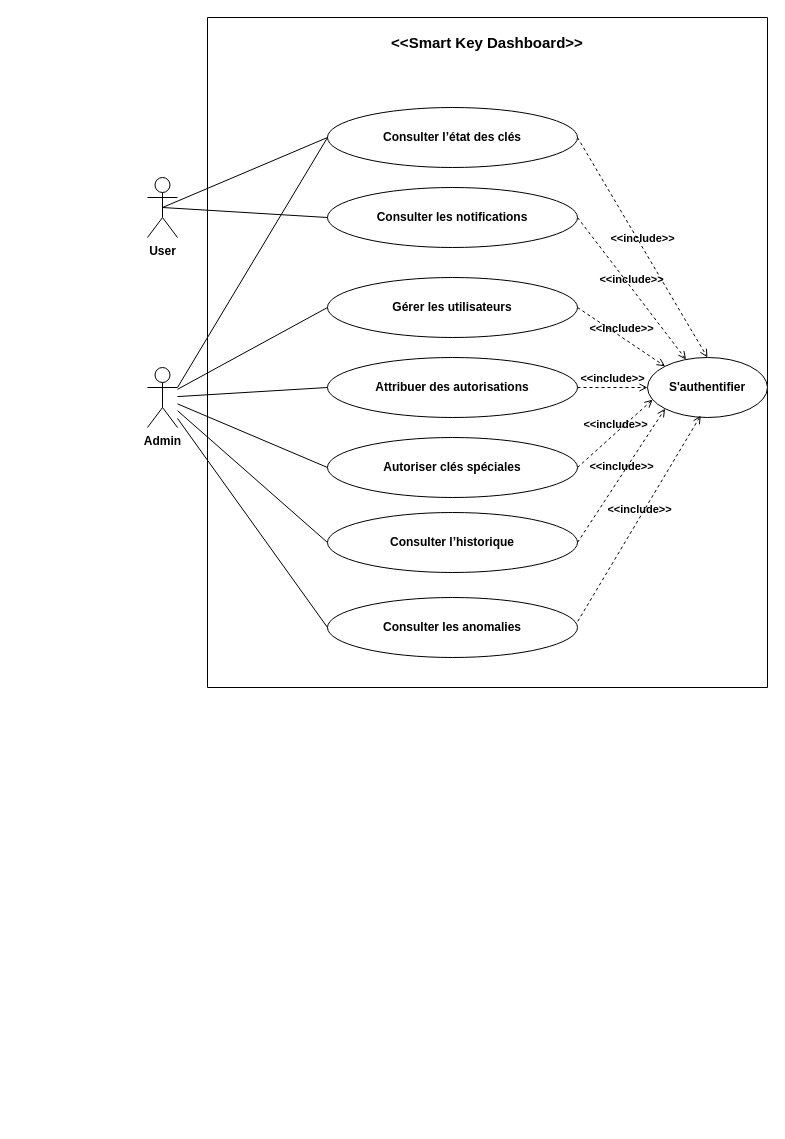
This is dashboard-system-design.drawio from YosrMekkii/smart-key-management-web, a draw.io file, before an edit. Source tidied: cells renumbered, new cells numbered last; positions are measured from the earlier drawing's top-left corner, leaving out a move shared by most shapes. Both pictures are drawn from the tidied source at 100%, with x=0, y=0 at pixel (147, 17).
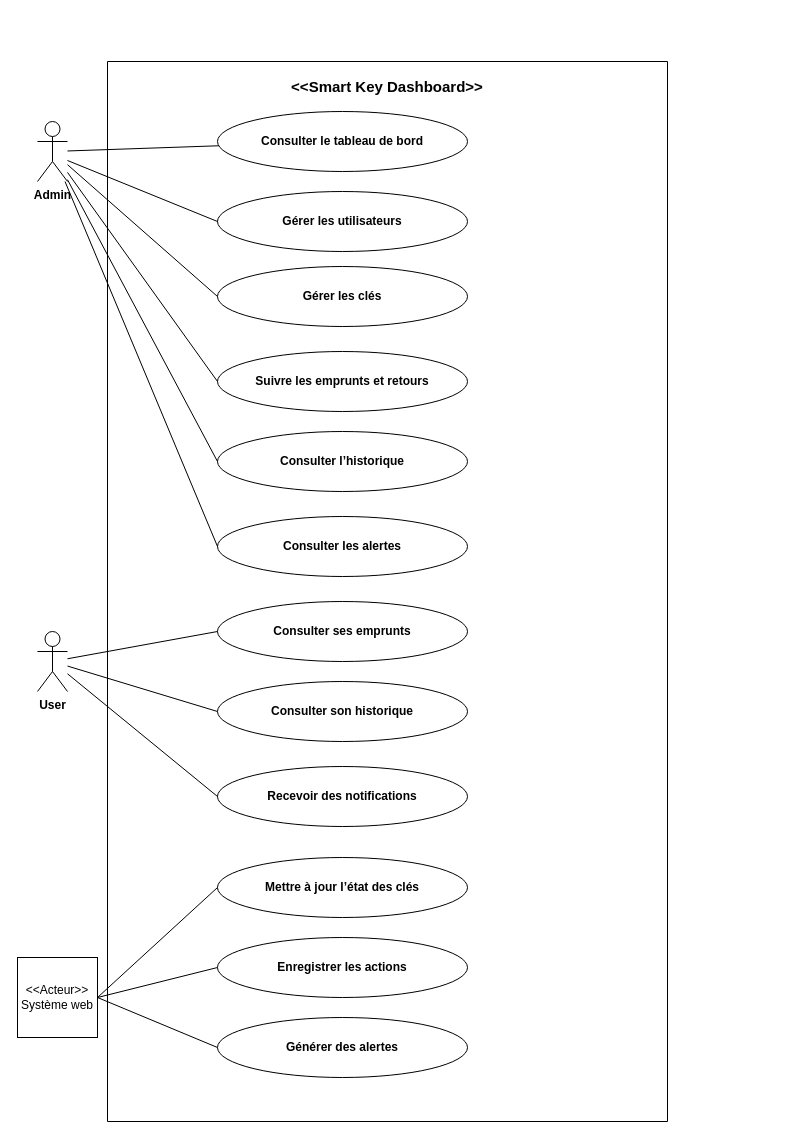
The same page after the edit.

Commit message:
Mettre à jour dashboard-system-design.drawio

What changed in the source:
```diff
@@
-    <mxCell id="2" style="swimlane;startSize=0;labelBackgroundColor=none;fontStyle=1;rounded=0;" parent="1" vertex="1">
-      <mxGeometry x="60" width="560" height="670" as="geometry" />
-    </mxCell>
+    <mxCell id="29" style="swimlane;startSize=0;labelBackgroundColor=none;fontStyle=1;rounded=0;" parent="1" vertex="1">
+      <mxGeometry x="-40" y="44" width="560" height="1060" as="geometry" />
+    </mxCell>
-    <mxCell id="3" value="&lt;font style=&quot;font-size: 15px;&quot;&gt;&amp;lt;&amp;lt;Smart Key Dashboard&amp;gt;&amp;gt;&lt;/font&gt;" style="text;html=1;whiteSpace=wrap;strokeColor=none;fillColor=none;align=center;verticalAlign=middle;rounded=0;labelBackgroundColor=none;fontStyle=1;" parent="2" vertex="1">
+    <mxCell id="3" value="&lt;font style=&quot;font-size: 15px;&quot;&gt;&amp;lt;&amp;lt;Smart Key Dashboard&amp;gt;&amp;gt;&lt;/font&gt;" style="text;html=1;whiteSpace=wrap;strokeColor=none;fillColor=none;align=center;verticalAlign=middle;rounded=0;labelBackgroundColor=none;fontStyle=1;" parent="29" vertex="1">
       <mxGeometry x="180" y="10" width="200" height="30" as="geometry" />
     </mxCell>
+    <mxCell id="30" value="Consulter le tableau de bord" style="ellipse;whiteSpace=wrap;html=1;labelBackgroundColor=none;fontStyle=1;rounded=0;" parent="29" vertex="1">
+      <mxGeometry x="110" y="50" width="250" height="60" as="geometry" />
+    </mxCell>
+    <mxCell id="8" value="Gérer les utilisateurs" style="ellipse;whiteSpace=wrap;html=1;labelBackgroundColor=none;fontStyle=1;rounded=0;" parent="29" vertex="1">
+      <mxGeometry x="110" y="130" width="250" height="60" as="geometry" />
+    </mxCell>
+    <mxCell id="31" value="Gérer les clés" style="ellipse;whiteSpace=wrap;html=1;labelBackgroundColor=none;fontStyle=1;rounded=0;" parent="29" vertex="1">
+      <mxGeometry x="110" y="205" width="250" height="60" as="geometry" />
+    </mxCell>
+    <mxCell id="32" value="Suivre les emprunts et retours" style="ellipse;whiteSpace=wrap;html=1;labelBackgroundColor=none;fontStyle=1;rounded=0;" parent="29" vertex="1">
+      <mxGeometry x="110" y="290" width="250" height="60" as="geometry" />
+    </mxCell>
+    <mxCell id="22" value="Admin&lt;div&gt;&lt;br&gt;&lt;/div&gt;" style="shape=umlActor;verticalLabelPosition=bottom;verticalAlign=top;html=1;outlineConnect=0;labelBackgroundColor=none;fontStyle=1;rounded=0;" parent="29" vertex="1">
+      <mxGeometry x="-70" y="60" width="30" height="60" as="geometry" />
+    </mxCell>
+    <mxCell id="33" value="Consulter les alertes" style="ellipse;whiteSpace=wrap;html=1;labelBackgroundColor=none;fontStyle=1;rounded=0;" parent="29" vertex="1">
+      <mxGeometry x="110" y="455" width="250" height="60" as="geometry" />
+    </mxCell>
+    <mxCell id="10" value="Consulter l’historique" style="ellipse;whiteSpace=wrap;html=1;labelBackgroundColor=none;fontStyle=1;rounded=0;" parent="29" vertex="1">
+      <mxGeometry x="110" y="370" width="250" height="60" as="geometry" />
+    </mxCell>
+    <mxCell id="34" style="endArrow=none;html=1;rounded=0;" parent="29" edge="1" source="22" target="30">
+      <mxGeometry relative="1" as="geometry" />
+    </mxCell>
+    <mxCell id="35" style="endArrow=none;html=1;rounded=0;entryX=0;entryY=0.5;entryDx=0;entryDy=0;" parent="29" edge="1" target="8">
+      <mxGeometry relative="1" as="geometry">
+        <mxPoint x="-40" y="99" as="sourcePoint" />
+      </mxGeometry>
+    </mxCell>
+    <mxCell id="36" style="endArrow=none;html=1;rounded=0;entryX=0;entryY=0.5;entryDx=0;entryDy=0;" parent="29" edge="1" source="22" target="31">
+      <mxGeometry relative="1" as="geometry" />
+    </mxCell>
+    <mxCell id="37" style="endArrow=none;html=1;rounded=0;entryX=0;entryY=0.5;entryDx=0;entryDy=0;" parent="29" edge="1" source="22" target="32">
+      <mxGeometry relative="1" as="geometry" />
+    </mxCell>
+    <mxCell id="26" style="endArrow=none;html=1;rounded=0;entryX=0;entryY=0.5;entryDx=0;entryDy=0;" parent="29" edge="1" source="22" target="10">
+      <mxGeometry relative="1" as="geometry" />
+    </mxCell>
+    <mxCell id="38" style="endArrow=none;html=1;rounded=0;entryX=0;entryY=0.5;entryDx=0;entryDy=0;" parent="29" edge="1" source="22" target="33">
+      <mxGeometry relative="1" as="geometry" />
+    </mxCell>
+    <mxCell id="39" value="Recevoir des notifications" style="ellipse;whiteSpace=wrap;html=1;labelBackgroundColor=none;fontStyle=1;rounded=0;" parent="29" vertex="1">
+      <mxGeometry x="110" y="705" width="250" height="60" as="geometry" />
+    </mxCell>
+    <mxCell id="40" value="Consulter son historique" style="ellipse;whiteSpace=wrap;html=1;labelBackgroundColor=none;fontStyle=1;rounded=0;" parent="29" vertex="1">
+      <mxGeometry x="110" y="620" width="250" height="60" as="geometry" />
+    </mxCell>
+    <mxCell id="41" value="Consulter ses emprunts" style="ellipse;whiteSpace=wrap;html=1;labelBackgroundColor=none;fontStyle=1;rounded=0;" parent="29" vertex="1">
+      <mxGeometry x="110" y="540" width="250" height="60" as="geometry" />
+    </mxCell>
-    <mxCell id="4" value="User" style="shape=umlActor;verticalLabelPosition=bottom;verticalAlign=top;html=1;outlineConnect=0;labelBackgroundColor=none;fontStyle=1;rounded=0;" parent="2" vertex="1">
-      <mxGeometry x="-60" y="160" width="30" height="60" as="geometry" />
+    <mxCell id="4" value="&lt;div&gt;User&lt;/div&gt;" style="shape=umlActor;verticalLabelPosition=bottom;verticalAlign=top;html=1;outlineConnect=0;labelBackgroundColor=none;fontStyle=1;rounded=0;" parent="29" vertex="1">
+      <mxGeometry x="-70" y="570" width="30" height="60" as="geometry" />
     </mxCell>
-    <mxCell id="5" value="Consulter l’état des clés" style="ellipse;whiteSpace=wrap;html=1;labelBackgroundColor=none;fontStyle=1;rounded=0;" parent="2" vertex="1">
-      <mxGeometry x="120" y="90" width="250" height="60" as="geometry" />
-    </mxCell>
-    <mxCell id="6" value="Consulter les notifications" style="ellipse;whiteSpace=wrap;html=1;labelBackgroundColor=none;fontStyle=1;rounded=0;" parent="2" vertex="1">
-      <mxGeometry x="120" y="170" width="250" height="60" as="geometry" />
-    </mxCell>
-    <mxCell id="7" value="Attribuer des autorisations" style="ellipse;whiteSpace=wrap;html=1;labelBackgroundColor=none;fontStyle=1;rounded=0;" parent="2" vertex="1">
-      <mxGeometry x="120" y="340" width="250" height="60" as="geometry" />
-    </mxCell>
-    <mxCell id="8" value="Gérer les utilisateurs" style="ellipse;whiteSpace=wrap;html=1;labelBackgroundColor=none;fontStyle=1;rounded=0;" parent="2" vertex="1">
-      <mxGeometry x="120" y="260" width="250" height="60" as="geometry" />
-    </mxCell>
-    <mxCell id="9" value="Autoriser clés spéciales" style="ellipse;whiteSpace=wrap;html=1;labelBackgroundColor=none;fontStyle=1;rounded=0;" parent="2" vertex="1">
-      <mxGeometry x="120" y="420" width="250" height="60" as="geometry" />
-    </mxCell>
-    <mxCell id="10" value="Consulter l’historique" style="ellipse;whiteSpace=wrap;html=1;labelBackgroundColor=none;fontStyle=1;rounded=0;" parent="2" vertex="1">
-      <mxGeometry x="120" y="495" width="250" height="60" as="geometry" />
-    </mxCell>
-    <mxCell id="11" value="Consulter les anomalies" style="ellipse;whiteSpace=wrap;html=1;labelBackgroundColor=none;fontStyle=1;rounded=0;" parent="2" vertex="1">
-      <mxGeometry x="120" y="580" width="250" height="60" as="geometry" />
-    </mxCell>
-    <mxCell id="12" value="S'authentifier" style="ellipse;whiteSpace=wrap;html=1;labelBackgroundColor=none;fontStyle=1;rounded=0;" parent="2" vertex="1">
-      <mxGeometry x="440" y="340" width="120" height="60" as="geometry" />
-    </mxCell>
-    <mxCell id="13" value="&amp;lt;&amp;lt;include&amp;gt;&amp;gt;" style="html=1;verticalAlign=bottom;labelBackgroundColor=none;endArrow=open;endFill=0;dashed=1;rounded=0;exitX=1;exitY=0.5;exitDx=0;exitDy=0;entryX=0.5;entryY=0;entryDx=0;entryDy=0;fontColor=default;fontStyle=1;" parent="2" edge="1" source="5" target="12">
-      <mxGeometry relative="1" as="geometry" />
-    </mxCell>
-    <mxCell id="14" value="&amp;lt;&amp;lt;include&amp;gt;&amp;gt;" style="html=1;verticalAlign=bottom;labelBackgroundColor=none;endArrow=open;endFill=0;dashed=1;rounded=0;exitX=1;exitY=0.5;exitDx=0;exitDy=0;fontColor=default;fontStyle=1;" parent="2" edge="1" source="6" target="12">
-      <mxGeometry relative="1" as="geometry" />
-    </mxCell>
-    <mxCell id="15" value="&amp;lt;&amp;lt;include&amp;gt;&amp;gt;" style="html=1;verticalAlign=bottom;labelBackgroundColor=none;endArrow=open;endFill=0;dashed=1;rounded=0;exitX=1;exitY=0.5;exitDx=0;exitDy=0;entryX=0;entryY=0;entryDx=0;entryDy=0;fontColor=default;fontStyle=1;" parent="2" edge="1" source="8" target="12">
-      <mxGeometry relative="1" as="geometry" />
-    </mxCell>
-    <mxCell id="16" value="&amp;lt;&amp;lt;include&amp;gt;&amp;gt;" style="html=1;verticalAlign=bottom;labelBackgroundColor=none;endArrow=open;endFill=0;dashed=1;rounded=0;exitX=1;exitY=0.5;exitDx=0;exitDy=0;entryX=0;entryY=0.5;entryDx=0;entryDy=0;fontColor=default;fontStyle=1;" parent="2" edge="1" source="7" target="12">
-      <mxGeometry relative="1" as="geometry" />
-    </mxCell>
-    <mxCell id="17" value="&amp;lt;&amp;lt;include&amp;gt;&amp;gt;" style="html=1;verticalAlign=bottom;labelBackgroundColor=none;endArrow=open;endFill=0;dashed=1;rounded=0;exitX=1;exitY=0.5;exitDx=0;exitDy=0;entryX=0.043;entryY=0.702;entryDx=0;entryDy=0;entryPerimeter=0;fontColor=default;fontStyle=1;" parent="2" edge="1" source="9" target="12">
-      <mxGeometry relative="1" as="geometry" />
-    </mxCell>
-    <mxCell id="18" value="&amp;lt;&amp;lt;include&amp;gt;&amp;gt;" style="html=1;verticalAlign=bottom;labelBackgroundColor=none;endArrow=open;endFill=0;dashed=1;rounded=0;exitX=1;exitY=0.5;exitDx=0;exitDy=0;entryX=0;entryY=1;entryDx=0;entryDy=0;fontColor=default;fontStyle=1;" parent="2" edge="1" source="10" target="12">
-      <mxGeometry relative="1" as="geometry" />
-    </mxCell>
-    <mxCell id="19" value="&amp;lt;&amp;lt;include&amp;gt;&amp;gt;" style="html=1;verticalAlign=bottom;labelBackgroundColor=none;endArrow=open;endFill=0;dashed=1;rounded=0;exitX=1.001;exitY=0.398;exitDx=0;exitDy=0;entryX=0.443;entryY=0.968;entryDx=0;entryDy=0;exitPerimeter=0;entryPerimeter=0;fontColor=default;fontStyle=1;" parent="2" edge="1" source="11" target="12">
-      <mxGeometry relative="1" as="geometry" />
-    </mxCell>
-    <mxCell id="20" style="endArrow=none;html=1;rounded=0;entryX=0;entryY=0.5;entryDx=0;entryDy=0;exitX=0.5;exitY=0.5;exitDx=0;exitDy=0;exitPerimeter=0;labelBackgroundColor=none;fontColor=default;fontStyle=1;" parent="2" edge="1" source="4" target="5">
-      <mxGeometry relative="1" as="geometry" />
-    </mxCell>
-    <mxCell id="21" style="endArrow=none;html=1;rounded=0;entryX=0;entryY=0.5;entryDx=0;entryDy=0;exitX=0.5;exitY=0.5;exitDx=0;exitDy=0;exitPerimeter=0;labelBackgroundColor=none;fontColor=default;fontStyle=1;" parent="2" edge="1" source="4" target="6">
-      <mxGeometry relative="1" as="geometry" />
-    </mxCell>
-    <mxCell id="22" value="Admin&lt;div&gt;&lt;br&gt;&lt;/div&gt;" style="shape=umlActor;verticalLabelPosition=bottom;verticalAlign=top;html=1;outlineConnect=0;labelBackgroundColor=none;fontStyle=1;rounded=0;" parent="2" vertex="1">
-      <mxGeometry x="-60" y="350" width="30" height="60" as="geometry" />
-    </mxCell>
-    <mxCell id="23" style="endArrow=none;html=1;rounded=0;entryX=0;entryY=0.5;entryDx=0;entryDy=0;labelBackgroundColor=none;fontColor=default;fontStyle=1;" parent="2" edge="1" source="22" target="8">
-      <mxGeometry relative="1" as="geometry" />
-    </mxCell>
-    <mxCell id="24" style="endArrow=none;html=1;rounded=0;entryX=0;entryY=0.5;entryDx=0;entryDy=0;labelBackgroundColor=none;fontColor=default;fontStyle=1;" parent="2" edge="1" source="22" target="7">
-      <mxGeometry relative="1" as="geometry" />
-    </mxCell>
-    <mxCell id="25" style="endArrow=none;html=1;rounded=0;entryX=0;entryY=0.5;entryDx=0;entryDy=0;labelBackgroundColor=none;fontColor=default;fontStyle=1;" parent="2" edge="1" source="22" target="9">
-      <mxGeometry relative="1" as="geometry" />
-    </mxCell>
-    <mxCell id="26" style="endArrow=none;html=1;rounded=0;entryX=0;entryY=0.5;entryDx=0;entryDy=0;labelBackgroundColor=none;fontColor=default;fontStyle=1;" parent="2" edge="1" source="22" target="10">
-      <mxGeometry relative="1" as="geometry" />
-    </mxCell>
-    <mxCell id="27" style="endArrow=none;html=1;rounded=0;entryX=0;entryY=0.5;entryDx=0;entryDy=0;labelBackgroundColor=none;fontColor=default;fontStyle=1;" parent="2" edge="1" source="22" target="11">
-      <mxGeometry relative="1" as="geometry" />
-    </mxCell>
-    <mxCell id="28" style="endArrow=none;html=1;rounded=0;entryX=0;entryY=0.5;entryDx=0;entryDy=0;labelBackgroundColor=none;fontColor=default;fontStyle=1;" parent="2" edge="1" target="5">
-      <mxGeometry relative="1" as="geometry">
-        <mxPoint x="-30" y="370" as="sourcePoint" />
-      </mxGeometry>
-    </mxCell>
+    <mxCell id="42" style="endArrow=none;html=1;rounded=0;entryX=0;entryY=0.5;entryDx=0;entryDy=0;" parent="29" edge="1" source="4" target="41">
+      <mxGeometry relative="1" as="geometry" />
+    </mxCell>
+    <mxCell id="43" style="endArrow=none;html=1;rounded=0;entryX=0;entryY=0.5;entryDx=0;entryDy=0;" parent="29" edge="1" source="4" target="40">
+      <mxGeometry relative="1" as="geometry" />
+    </mxCell>
+    <mxCell id="44" style="endArrow=none;html=1;rounded=0;entryX=0;entryY=0.5;entryDx=0;entryDy=0;" parent="29" edge="1" source="4" target="39">
+      <mxGeometry relative="1" as="geometry" />
+    </mxCell>
+    <mxCell id="45" value="Mettre à jour l’état des clés" style="ellipse;whiteSpace=wrap;html=1;labelBackgroundColor=none;fontStyle=1;rounded=0;" parent="29" vertex="1">
+      <mxGeometry x="110" y="796" width="250" height="60" as="geometry" />
+    </mxCell>
+    <mxCell id="46" value="Enregistrer les actions" style="ellipse;whiteSpace=wrap;html=1;labelBackgroundColor=none;fontStyle=1;rounded=0;" parent="29" vertex="1">
+      <mxGeometry x="110" y="876" width="250" height="60" as="geometry" />
+    </mxCell>
+    <mxCell id="47" value="Générer des alertes" style="ellipse;whiteSpace=wrap;html=1;labelBackgroundColor=none;fontStyle=1;rounded=0;" parent="29" vertex="1">
+      <mxGeometry x="110" y="956" width="250" height="60" as="geometry" />
+    </mxCell>
+    <mxCell id="48" value="&amp;lt;&amp;lt;Acteur&amp;gt;&amp;gt;&lt;div&gt;Système web&lt;/div&gt;" style="whiteSpace=wrap;html=1;" parent="1" vertex="1">
+      <mxGeometry x="-130" y="940" width="80" height="80" as="geometry" />
+    </mxCell>
+    <mxCell id="49" style="endArrow=none;html=1;rounded=0;exitX=0;exitY=0.5;exitDx=0;exitDy=0;" parent="1" edge="1" source="45">
+      <mxGeometry relative="1" as="geometry">
+        <mxPoint x="-50" y="980" as="targetPoint" />
+      </mxGeometry>
+    </mxCell>
+    <mxCell id="50" style="endArrow=none;html=1;rounded=0;exitX=1;exitY=0.5;exitDx=0;exitDy=0;entryX=0;entryY=0.5;entryDx=0;entryDy=0;" parent="1" edge="1" source="48" target="46">
+      <mxGeometry relative="1" as="geometry" />
+    </mxCell>
+    <mxCell id="51" style="endArrow=none;html=1;rounded=0;exitX=0;exitY=0.5;exitDx=0;exitDy=0;entryX=1;entryY=0.5;entryDx=0;entryDy=0;" parent="1" edge="1" source="47" target="48">
+      <mxGeometry relative="1" as="geometry" />
+    </mxCell>
```
